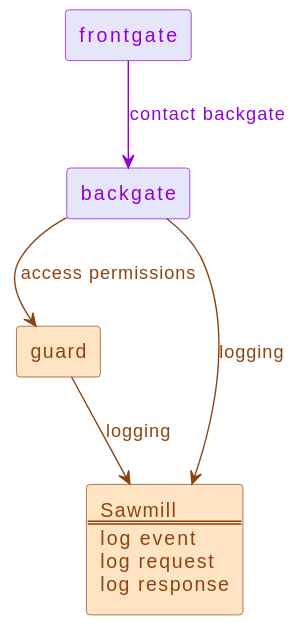
Before: documentation/images/logical-structure/core.svg, a diagram exported from PlantUML (LanDinh/khaleesi-ninja).
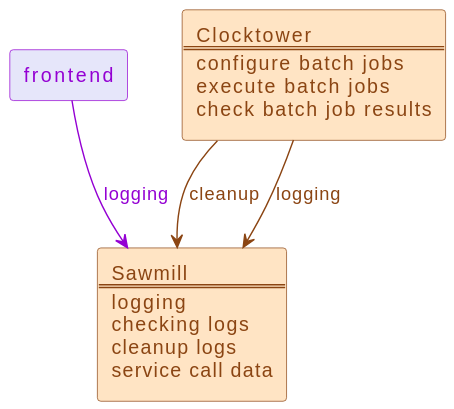
After the commit.

What changed in the source:
```diff
@@ -12,21 +12,26 @@
 }
 </style>
 
-agent frontgate
-agent backgate
-rectangle guard
+agent frontend
+rectangle clocktower [
+  Clocktower
+  ====
+  configure batch jobs
+  execute batch jobs
+  check batch job results
+]
 rectangle sawmill [
   Sawmill
   ====
-  log event
-  log request
-  log response
+  logging
+  checking logs
+  cleanup logs
+  service call data
 ]
 
-frontgate --> backgate #darkviolet;text:darkviolet : contact backgate
+frontend --> sawmill    #darkviolet;text:darkviolet : logging
 
-backgate --> guard #saddlebrown;text:saddlebrown : access permissions
+clocktower --> sawmill #saddlebrown;text:saddlebrown : cleanup
 
-backgate --> sawmill #saddlebrown;text:saddlebrown : logging
-guard    --> sawmill #saddlebrown;text:saddlebrown : logging
+clocktower --> sawmill #saddlebrown;text:saddlebrown : logging
 @enduml
```
